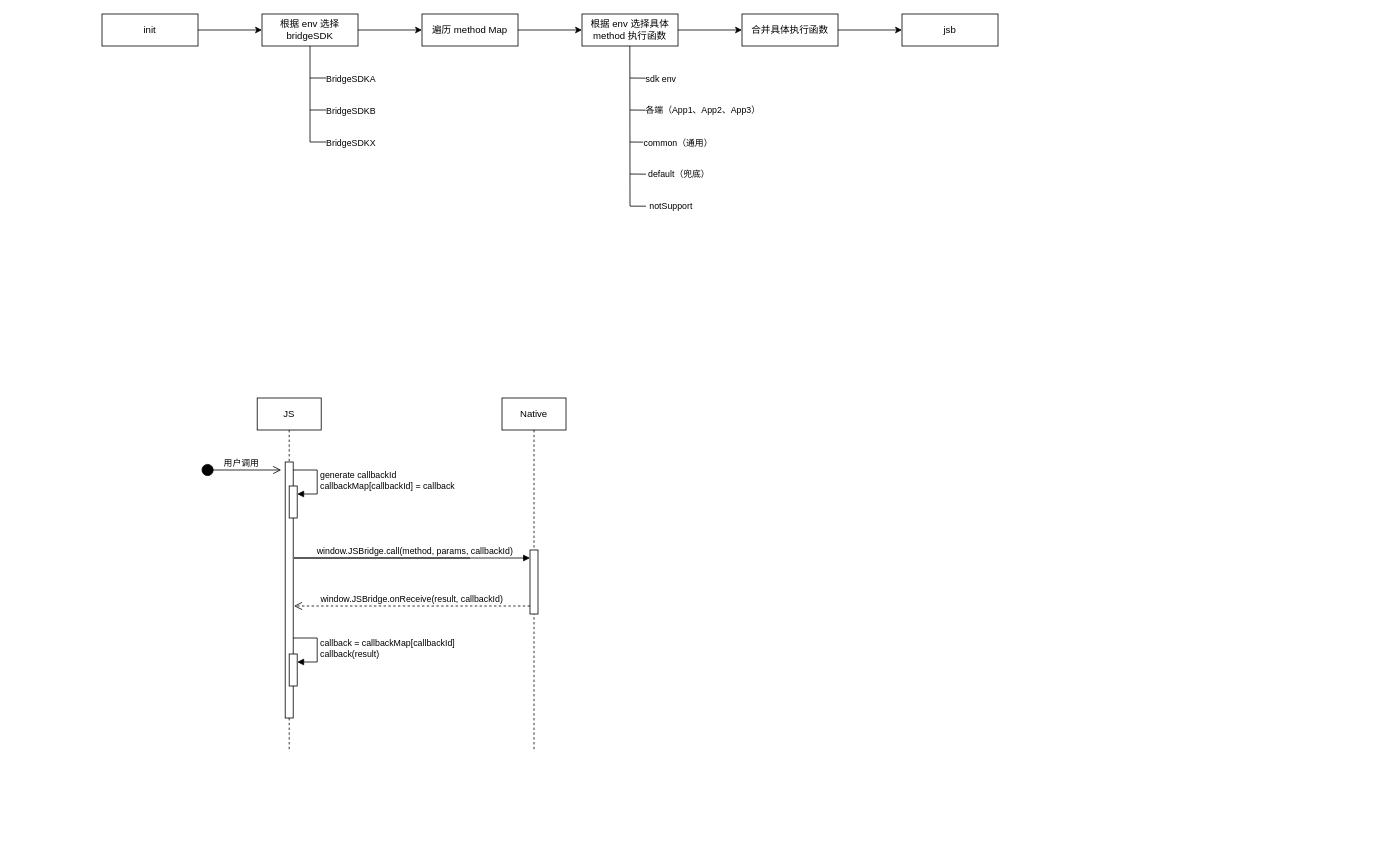
The draw.io diagram JSBridge.drawio in W4yneChen/draw, before the edit. Source tidied: cells renumbered, new cells numbered last; positions are measured from the earlier drawing's top-left corner, leaving out a move shared by most shapes. Both pictures are drawn from the tidied source at 80%, with x=0, y=0 at pixel (102, 14).
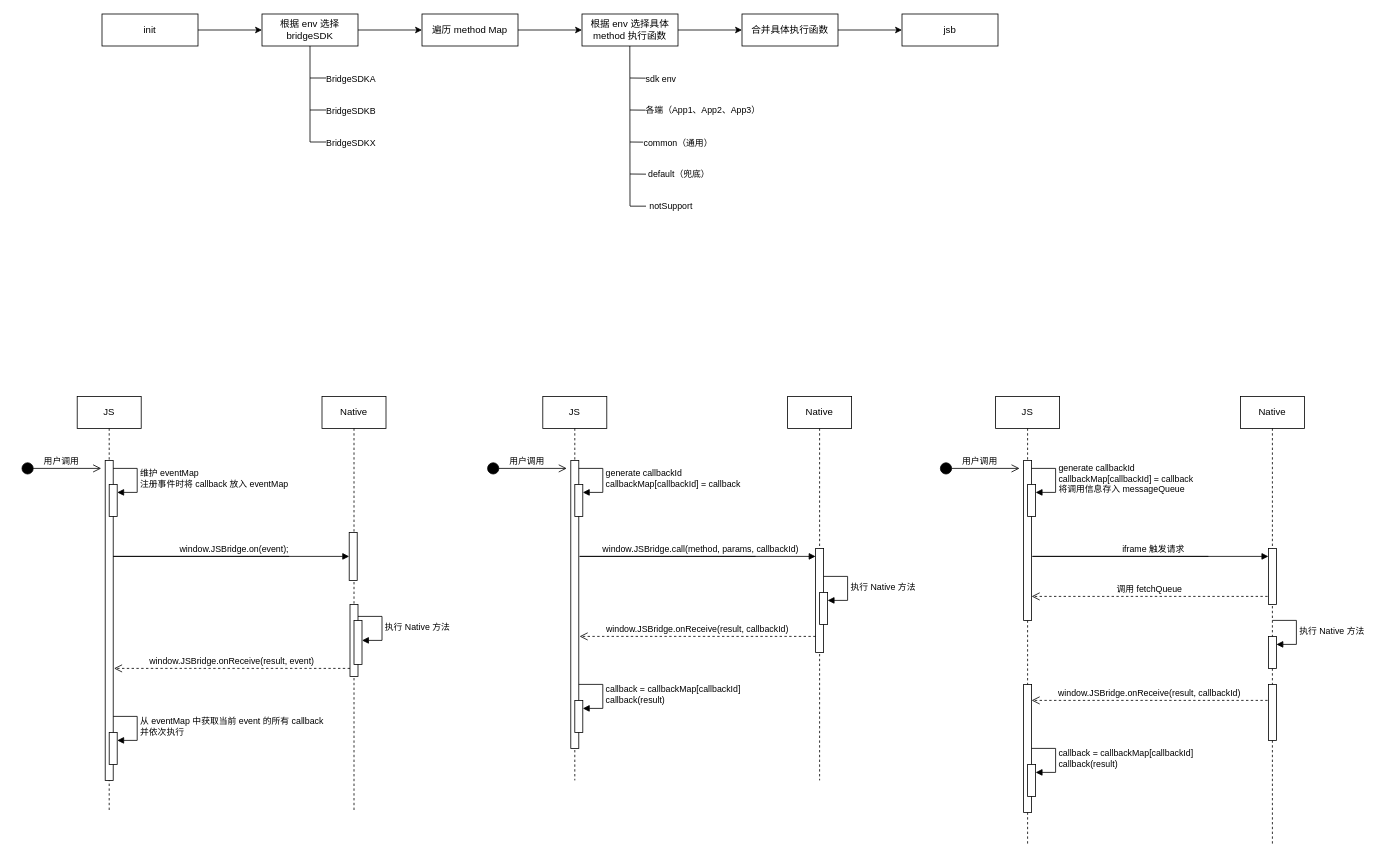
The same diagram, later.

Diff of the diagram source:
```diff
@@
     <mxCell id="31" value="JS" style="shape=umlLifeline;perimeter=lifelinePerimeter;whiteSpace=wrap;html=1;newEdgeStyle={&quot;edgeStyle&quot;:&quot;elbowEdgeStyle&quot;,&quot;elbow&quot;:&quot;vertical&quot;,&quot;curved&quot;:0,&quot;rounded&quot;:0};" parent="1" vertex="1">
-      <mxGeometry x="194" y="480" width="80" height="440" as="geometry" />
+      <mxGeometry x="551" y="478" width="80" height="480" as="geometry" />
     </mxCell>
     <mxCell id="32" style="html=1;perimeter=orthogonalPerimeter;targetShapes=umlLifeline;newEdgeStyle={&quot;edgeStyle&quot;:&quot;elbowEdgeStyle&quot;,&quot;elbow&quot;:&quot;vertical&quot;,&quot;curved&quot;:0,&quot;rounded&quot;:0};" parent="31" vertex="1">
-      <mxGeometry x="35" y="80" width="10" height="320" as="geometry" />
+      <mxGeometry x="35" y="80" width="10" height="360" as="geometry" />
     </mxCell>
@@
     <mxCell id="35" style="html=1;points=[];perimeter=orthogonalPerimeter;outlineConnect=0;targetShapes=umlLifeline;portConstraint=eastwest;newEdgeStyle={&quot;edgeStyle&quot;:&quot;elbowEdgeStyle&quot;,&quot;elbow&quot;:&quot;vertical&quot;,&quot;curved&quot;:0,&quot;rounded&quot;:0};" parent="31" vertex="1">
-      <mxGeometry x="40" y="320" width="10" height="40" as="geometry" />
+      <mxGeometry x="40" y="380" width="10" height="40" as="geometry" />
     </mxCell>
     <mxCell id="36" value="callback = callbackMap[callbackId]&lt;br&gt;callback(result)" style="html=1;align=left;spacingLeft=2;endArrow=block;rounded=0;edgeStyle=orthogonalEdgeStyle;curved=0;rounded=0;" parent="31" edge="1" target="35">
       <mxGeometry relative="1" as="geometry">
-        <mxPoint x="45" y="300" as="sourcePoint" />
+        <mxPoint x="45" y="360" as="sourcePoint" />
         <Array as="points">
-          <mxPoint x="75" y="330" />
+          <mxPoint x="75" y="360" />
+          <mxPoint x="75" y="390" />
         </Array>
       </mxGeometry>
     </mxCell>
     <mxCell id="37" value="Native" style="shape=umlLifeline;perimeter=lifelinePerimeter;whiteSpace=wrap;html=1;newEdgeStyle={&quot;edgeStyle&quot;:&quot;elbowEdgeStyle&quot;,&quot;elbow&quot;:&quot;vertical&quot;,&quot;curved&quot;:0,&quot;rounded&quot;:0};" parent="1" vertex="1">
-      <mxGeometry x="500" y="480" width="80" height="440" as="geometry" />
+      <mxGeometry x="857" y="478" width="80" height="480" as="geometry" />
     </mxCell>
     <mxCell id="38" style="html=1;perimeter=orthogonalPerimeter;targetShapes=umlLifeline;newEdgeStyle={&quot;edgeStyle&quot;:&quot;elbowEdgeStyle&quot;,&quot;elbow&quot;:&quot;vertical&quot;,&quot;curved&quot;:0,&quot;rounded&quot;:0};" parent="37" vertex="1">
-      <mxGeometry x="35" y="190" width="10" height="80" as="geometry" />
+      <mxGeometry x="35" y="190" width="10" height="130" as="geometry" />
     </mxCell>
+    <mxCell id="42" style="html=1;points=[];perimeter=orthogonalPerimeter;outlineConnect=0;targetShapes=umlLifeline;portConstraint=eastwest;newEdgeStyle={&quot;edgeStyle&quot;:&quot;elbowEdgeStyle&quot;,&quot;elbow&quot;:&quot;vertical&quot;,&quot;curved&quot;:0,&quot;rounded&quot;:0};" parent="37" vertex="1">
+      <mxGeometry x="40" y="245" width="10" height="40" as="geometry" />
+    </mxCell>
+    <mxCell id="43" value="执行 Native 方法" style="html=1;align=left;spacingLeft=2;endArrow=block;rounded=0;edgeStyle=orthogonalEdgeStyle;curved=0;rounded=0;" parent="37" edge="1" target="42">
+      <mxGeometry relative="1" as="geometry">
+        <mxPoint x="45" y="225" as="sourcePoint" />
+        <Array as="points">
+          <mxPoint x="75" y="255" />
+        </Array>
+      </mxGeometry>
+    </mxCell>
     <mxCell id="39" value="用户调用" style="html=1;verticalAlign=bottom;startArrow=circle;startFill=1;endArrow=open;startSize=6;endSize=8;edgeStyle=elbowEdgeStyle;elbow=vertical;curved=0;rounded=0;" parent="1" edge="1">
       <mxGeometry relative="1" as="geometry">
-        <mxPoint x="124" y="570" as="sourcePoint" />
-        <mxPoint x="224" y="570.2" as="targetPoint" />
+        <mxPoint x="481" y="568" as="sourcePoint" />
+        <mxPoint x="581" y="568.2" as="targetPoint" />
         <Array as="points">
-          <mxPoint x="104" y="570" />
+          <mxPoint x="461" y="568" />
         </Array>
       </mxGeometry>
     </mxCell>
     <mxCell id="40" value="&lt;div&gt;&lt;div class=&quot;old-record-id-Atigdmb5oogznvxZklyccYrrn9i&quot; style=&quot;&quot;&gt;window.JSBridge.onReceive(result, callbackId)&lt;/div&gt;&lt;/div&gt;" style="html=1;verticalAlign=bottom;endArrow=open;dashed=1;endSize=8;edgeStyle=elbowEdgeStyle;elbow=vertical;curved=0;rounded=0;" parent="1" edge="1">
       <mxGeometry relative="1" as="geometry">
-        <mxPoint x="535" y="740" as="sourcePoint" />
-        <mxPoint x="240" y="740" as="targetPoint" />
+        <mxPoint x="892" y="778" as="sourcePoint" />
+        <mxPoint x="597" y="778" as="targetPoint" />
         <Array as="points">
-          <mxPoint x="440" y="740" />
+          <mxPoint x="797" y="778" />
         </Array>
       </mxGeometry>
     </mxCell>
     <mxCell id="41" value="&lt;div&gt;&lt;div class=&quot;old-record-id-Atigdmb5oogznvxZklyccYrrn9i&quot; style=&quot;&quot;&gt;window.JSBridge.call(method, params, callbackId)&lt;/div&gt;&lt;/div&gt;" style="html=1;verticalAlign=bottom;endArrow=block;edgeStyle=elbowEdgeStyle;elbow=vertical;curved=0;rounded=0;" parent="1" edge="1">
       <mxGeometry x="0.44" relative="1" as="geometry">
-        <mxPoint x="460" y="680" as="sourcePoint" />
-        <mxPoint x="535" y="680" as="targetPoint" />
+        <mxPoint x="817" y="678" as="sourcePoint" />
+        <mxPoint x="892" y="678" as="targetPoint" />
         <Array as="points">
-          <mxPoint x="240" y="680" />
+          <mxPoint x="597" y="678" />
         </Array>
       </mxGeometry>
     </mxCell>
+    <mxCell id="44" value="JS" style="shape=umlLifeline;perimeter=lifelinePerimeter;whiteSpace=wrap;html=1;newEdgeStyle={&quot;edgeStyle&quot;:&quot;elbowEdgeStyle&quot;,&quot;elbow&quot;:&quot;vertical&quot;,&quot;curved&quot;:0,&quot;rounded&quot;:0};" parent="1" vertex="1">
+      <mxGeometry x="1117" y="478" width="80" height="560" as="geometry" />
+    </mxCell>
+    <mxCell id="45" style="html=1;perimeter=orthogonalPerimeter;targetShapes=umlLifeline;newEdgeStyle={&quot;edgeStyle&quot;:&quot;elbowEdgeStyle&quot;,&quot;elbow&quot;:&quot;vertical&quot;,&quot;curved&quot;:0,&quot;rounded&quot;:0};" parent="44" vertex="1">
+      <mxGeometry x="35" y="80" width="10" height="200" as="geometry" />
+    </mxCell>
+    <mxCell id="46" style="html=1;points=[];perimeter=orthogonalPerimeter;outlineConnect=0;targetShapes=umlLifeline;portConstraint=eastwest;newEdgeStyle={&quot;edgeStyle&quot;:&quot;elbowEdgeStyle&quot;,&quot;elbow&quot;:&quot;vertical&quot;,&quot;curved&quot;:0,&quot;rounded&quot;:0};" parent="44" vertex="1">
+      <mxGeometry x="40" y="110" width="10" height="40" as="geometry" />
+    </mxCell>
+    <mxCell id="47" value="generate callbackId&lt;br&gt;callbackMap[callbackId] = callback&lt;br&gt;将调用信息存入 messageQueue" style="html=1;align=left;spacingLeft=2;endArrow=block;rounded=0;edgeStyle=orthogonalEdgeStyle;curved=0;rounded=0;" parent="44" edge="1" target="46">
+      <mxGeometry relative="1" as="geometry">
+        <mxPoint x="45" y="90" as="sourcePoint" />
+        <Array as="points">
+          <mxPoint x="75" y="120" />
+        </Array>
+      </mxGeometry>
+    </mxCell>
+    <mxCell id="48" style="html=1;perimeter=orthogonalPerimeter;targetShapes=umlLifeline;newEdgeStyle={&quot;edgeStyle&quot;:&quot;elbowEdgeStyle&quot;,&quot;elbow&quot;:&quot;vertical&quot;,&quot;curved&quot;:0,&quot;rounded&quot;:0};" parent="44" vertex="1">
+      <mxGeometry x="35" y="360" width="10" height="160" as="geometry" />
+    </mxCell>
+    <mxCell id="49" style="html=1;points=[];perimeter=orthogonalPerimeter;outlineConnect=0;targetShapes=umlLifeline;portConstraint=eastwest;newEdgeStyle={&quot;edgeStyle&quot;:&quot;elbowEdgeStyle&quot;,&quot;elbow&quot;:&quot;vertical&quot;,&quot;curved&quot;:0,&quot;rounded&quot;:0};" parent="44" vertex="1">
+      <mxGeometry x="40" y="460" width="10" height="40" as="geometry" />
+    </mxCell>
+    <mxCell id="50" value="callback = callbackMap[callbackId]&lt;br&gt;callback(result)" style="html=1;align=left;spacingLeft=2;endArrow=block;rounded=0;edgeStyle=orthogonalEdgeStyle;curved=0;rounded=0;" parent="44" edge="1" target="49">
+      <mxGeometry relative="1" as="geometry">
+        <mxPoint x="45" y="440" as="sourcePoint" />
+        <Array as="points">
+          <mxPoint x="75" y="470" />
+        </Array>
+      </mxGeometry>
+    </mxCell>
+    <mxCell id="51" value="Native" style="shape=umlLifeline;perimeter=lifelinePerimeter;whiteSpace=wrap;html=1;newEdgeStyle={&quot;edgeStyle&quot;:&quot;elbowEdgeStyle&quot;,&quot;elbow&quot;:&quot;vertical&quot;,&quot;curved&quot;:0,&quot;rounded&quot;:0};" parent="1" vertex="1">
+      <mxGeometry x="1423" y="478" width="80" height="560" as="geometry" />
+    </mxCell>
+    <mxCell id="52" style="html=1;perimeter=orthogonalPerimeter;targetShapes=umlLifeline;newEdgeStyle={&quot;edgeStyle&quot;:&quot;elbowEdgeStyle&quot;,&quot;elbow&quot;:&quot;vertical&quot;,&quot;curved&quot;:0,&quot;rounded&quot;:0};" parent="51" vertex="1">
+      <mxGeometry x="35" y="190" width="10" height="70" as="geometry" />
+    </mxCell>
+    <mxCell id="53" style="html=1;points=[];perimeter=orthogonalPerimeter;outlineConnect=0;targetShapes=umlLifeline;portConstraint=eastwest;newEdgeStyle={&quot;edgeStyle&quot;:&quot;elbowEdgeStyle&quot;,&quot;elbow&quot;:&quot;vertical&quot;,&quot;curved&quot;:0,&quot;rounded&quot;:0};" parent="51" vertex="1">
+      <mxGeometry x="35" y="300" width="10" height="40" as="geometry" />
+    </mxCell>
+    <mxCell id="54" value="执行 Native 方法" style="html=1;align=left;spacingLeft=2;endArrow=block;rounded=0;edgeStyle=orthogonalEdgeStyle;curved=0;rounded=0;" parent="51" edge="1" target="53">
+      <mxGeometry relative="1" as="geometry">
+        <mxPoint x="40" y="280" as="sourcePoint" />
+        <Array as="points">
+          <mxPoint x="70" y="310" />
+        </Array>
+      </mxGeometry>
+    </mxCell>
+    <mxCell id="55" style="html=1;perimeter=orthogonalPerimeter;targetShapes=umlLifeline;newEdgeStyle={&quot;edgeStyle&quot;:&quot;elbowEdgeStyle&quot;,&quot;elbow&quot;:&quot;vertical&quot;,&quot;curved&quot;:0,&quot;rounded&quot;:0};" parent="51" vertex="1">
+      <mxGeometry x="35" y="360" width="10" height="70" as="geometry" />
+    </mxCell>
+    <mxCell id="56" value="用户调用" style="html=1;verticalAlign=bottom;startArrow=circle;startFill=1;endArrow=open;startSize=6;endSize=8;edgeStyle=elbowEdgeStyle;elbow=vertical;curved=0;rounded=0;" parent="1" edge="1">
+      <mxGeometry relative="1" as="geometry">
+        <mxPoint x="1047" y="568" as="sourcePoint" />
+        <mxPoint x="1147" y="568.2" as="targetPoint" />
+        <Array as="points">
+          <mxPoint x="1027" y="568" />
+        </Array>
+      </mxGeometry>
+    </mxCell>
+    <mxCell id="57" value="&lt;div&gt;&lt;div class=&quot;old-record-id-Atigdmb5oogznvxZklyccYrrn9i&quot; style=&quot;&quot;&gt;调用&amp;nbsp;fetchQueue&lt;/div&gt;&lt;span class=&quot;lark-record-clipboard&quot; data-lark-record-data=&quot;{&amp;quot;rootId&amp;quot;:&amp;quot;O3Zrd4JiQovSLaxuxKEcCTOUnIb&amp;quot;,&amp;quot;text&amp;quot;:{&amp;quot;initialAttributedTexts&amp;quot;:{&amp;quot;text&amp;quot;:{&amp;quot;0&amp;quot;:&amp;quot;fetchQueue&amp;quot;},&amp;quot;attribs&amp;quot;:{&amp;quot;0&amp;quot;:&amp;quot;*0+a&amp;quot;}},&amp;quot;apool&amp;quot;:{&amp;quot;numToAttrib&amp;quot;:{&amp;quot;0&amp;quot;:[&amp;quot;author&amp;quot;,&amp;quot;6708523862423781646&amp;quot;]},&amp;quot;nextNum&amp;quot;:1}},&amp;quot;type&amp;quot;:&amp;quot;text&amp;quot;,&amp;quot;referenceRecordMap&amp;quot;:{},&amp;quot;extra&amp;quot;:{&amp;quot;mention_page_title&amp;quot;:{},&amp;quot;external_mention_url&amp;quot;:{}},&amp;quot;isKeepQuoteContainer&amp;quot;:false,&amp;quot;isFromCode&amp;quot;:true,&amp;quot;selection&amp;quot;:[{&amp;quot;id&amp;quot;:65,&amp;quot;type&amp;quot;:&amp;quot;text&amp;quot;,&amp;quot;selection&amp;quot;:{&amp;quot;start&amp;quot;:390,&amp;quot;end&amp;quot;:400},&amp;quot;recordId&amp;quot;:&amp;quot;IgW2deUTWof7LrxbqKKcaYUInVc&amp;quot;}],&amp;quot;payloadMap&amp;quot;:{},&amp;quot;isCut&amp;quot;:false}&quot;&gt;&lt;/span&gt;&lt;/div&gt;" style="html=1;verticalAlign=bottom;endArrow=open;dashed=1;endSize=8;edgeStyle=elbowEdgeStyle;elbow=vertical;curved=0;rounded=0;" parent="1" edge="1">
+      <mxGeometry relative="1" as="geometry">
+        <mxPoint x="1457" y="728" as="sourcePoint" />
+        <mxPoint x="1162" y="728" as="targetPoint" />
+        <Array as="points">
+          <mxPoint x="1362" y="728" />
+        </Array>
+      </mxGeometry>
+    </mxCell>
+    <mxCell id="58" value="&lt;div&gt;&lt;div class=&quot;old-record-id-Atigdmb5oogznvxZklyccYrrn9i&quot; style=&quot;&quot;&gt;iframe 触发请求&lt;/div&gt;&lt;/div&gt;" style="html=1;verticalAlign=bottom;endArrow=block;edgeStyle=elbowEdgeStyle;elbow=vertical;curved=0;rounded=0;" parent="1" edge="1">
+      <mxGeometry x="0.44" relative="1" as="geometry">
+        <mxPoint x="1383" y="678" as="sourcePoint" />
+        <mxPoint x="1458" y="678" as="targetPoint" />
+        <Array as="points">
+          <mxPoint x="1163" y="678" />
+        </Array>
+      </mxGeometry>
+    </mxCell>
+    <mxCell id="59" value="&lt;div&gt;&lt;div class=&quot;old-record-id-Atigdmb5oogznvxZklyccYrrn9i&quot; style=&quot;&quot;&gt;window.JSBridge.onReceive(result, callbackId)&lt;/div&gt;&lt;/div&gt;" style="html=1;verticalAlign=bottom;endArrow=open;dashed=1;endSize=8;edgeStyle=elbowEdgeStyle;elbow=vertical;curved=0;rounded=0;" parent="1" edge="1">
+      <mxGeometry relative="1" as="geometry">
+        <mxPoint x="1457" y="858" as="sourcePoint" />
+        <mxPoint x="1162" y="858" as="targetPoint" />
+        <Array as="points">
+          <mxPoint x="1362" y="858" />
+        </Array>
+      </mxGeometry>
+    </mxCell>
+    <mxCell id="60" value="JS" style="shape=umlLifeline;perimeter=lifelinePerimeter;whiteSpace=wrap;html=1;newEdgeStyle={&quot;edgeStyle&quot;:&quot;elbowEdgeStyle&quot;,&quot;elbow&quot;:&quot;vertical&quot;,&quot;curved&quot;:0,&quot;rounded&quot;:0};" parent="1" vertex="1">
+      <mxGeometry x="-31" y="478" width="80" height="520" as="geometry" />
+    </mxCell>
+    <mxCell id="61" style="html=1;perimeter=orthogonalPerimeter;targetShapes=umlLifeline;newEdgeStyle={&quot;edgeStyle&quot;:&quot;elbowEdgeStyle&quot;,&quot;elbow&quot;:&quot;vertical&quot;,&quot;curved&quot;:0,&quot;rounded&quot;:0};" parent="60" vertex="1">
+      <mxGeometry x="35" y="80" width="10" height="400" as="geometry" />
+    </mxCell>
+    <mxCell id="62" style="html=1;points=[];perimeter=orthogonalPerimeter;outlineConnect=0;targetShapes=umlLifeline;portConstraint=eastwest;newEdgeStyle={&quot;edgeStyle&quot;:&quot;elbowEdgeStyle&quot;,&quot;elbow&quot;:&quot;vertical&quot;,&quot;curved&quot;:0,&quot;rounded&quot;:0};" parent="60" vertex="1">
+      <mxGeometry x="40" y="110" width="10" height="40" as="geometry" />
+    </mxCell>
+    <mxCell id="63" value="维护 eventMap&lt;br&gt;注册事件时将 callback 放入 eventMap" style="html=1;align=left;spacingLeft=2;endArrow=block;rounded=0;edgeStyle=orthogonalEdgeStyle;curved=0;rounded=0;" parent="60" edge="1" target="62">
+      <mxGeometry relative="1" as="geometry">
+        <mxPoint x="45" y="90" as="sourcePoint" />
+        <Array as="points">
+          <mxPoint x="75" y="120" />
+        </Array>
+      </mxGeometry>
+    </mxCell>
+    <mxCell id="64" style="html=1;points=[];perimeter=orthogonalPerimeter;outlineConnect=0;targetShapes=umlLifeline;portConstraint=eastwest;newEdgeStyle={&quot;edgeStyle&quot;:&quot;elbowEdgeStyle&quot;,&quot;elbow&quot;:&quot;vertical&quot;,&quot;curved&quot;:0,&quot;rounded&quot;:0};" parent="60" vertex="1">
+      <mxGeometry x="40" y="420" width="10" height="40" as="geometry" />
+    </mxCell>
+    <mxCell id="65" value="&lt;div&gt;&lt;div class=&quot;old-record-id-DFlNdaCX6oZxnPxWwqsc5tY0n9d&quot; style=&quot;&quot;&gt;从 eventMap 中获取当前 event 的所有 callback&lt;/div&gt;&lt;div class=&quot;old-record-id-DFlNdaCX6oZxnPxWwqsc5tY0n9d&quot; style=&quot;&quot;&gt;并依次执行&lt;/div&gt;&lt;/div&gt;" style="html=1;align=left;spacingLeft=2;endArrow=block;rounded=0;edgeStyle=orthogonalEdgeStyle;curved=0;rounded=0;" parent="60" edge="1" target="64">
+      <mxGeometry relative="1" as="geometry">
+        <mxPoint x="45" y="400" as="sourcePoint" />
+        <Array as="points">
+          <mxPoint x="75" y="400" />
+          <mxPoint x="75" y="430" />
+        </Array>
+      </mxGeometry>
+    </mxCell>
+    <mxCell id="66" value="Native" style="shape=umlLifeline;perimeter=lifelinePerimeter;whiteSpace=wrap;html=1;newEdgeStyle={&quot;edgeStyle&quot;:&quot;elbowEdgeStyle&quot;,&quot;elbow&quot;:&quot;vertical&quot;,&quot;curved&quot;:0,&quot;rounded&quot;:0};" parent="1" vertex="1">
+      <mxGeometry x="275" y="478" width="80" height="520" as="geometry" />
+    </mxCell>
+    <mxCell id="67" style="html=1;perimeter=orthogonalPerimeter;targetShapes=umlLifeline;newEdgeStyle={&quot;edgeStyle&quot;:&quot;elbowEdgeStyle&quot;,&quot;elbow&quot;:&quot;vertical&quot;,&quot;curved&quot;:0,&quot;rounded&quot;:0};" parent="66" vertex="1">
+      <mxGeometry x="34" y="170" width="10" height="60" as="geometry" />
+    </mxCell>
+    <mxCell id="68" style="html=1;perimeter=orthogonalPerimeter;targetShapes=umlLifeline;newEdgeStyle={&quot;edgeStyle&quot;:&quot;elbowEdgeStyle&quot;,&quot;elbow&quot;:&quot;vertical&quot;,&quot;curved&quot;:0,&quot;rounded&quot;:0};" parent="66" vertex="1">
+      <mxGeometry x="35" y="260" width="10" height="90" as="geometry" />
+    </mxCell>
+    <mxCell id="69" style="html=1;points=[];perimeter=orthogonalPerimeter;outlineConnect=0;targetShapes=umlLifeline;portConstraint=eastwest;newEdgeStyle={&quot;edgeStyle&quot;:&quot;elbowEdgeStyle&quot;,&quot;elbow&quot;:&quot;vertical&quot;,&quot;curved&quot;:0,&quot;rounded&quot;:0};" parent="66" vertex="1">
+      <mxGeometry x="40" y="280" width="10" height="55" as="geometry" />
+    </mxCell>
+    <mxCell id="70" value="执行 Native 方法" style="html=1;align=left;spacingLeft=2;endArrow=block;rounded=0;edgeStyle=orthogonalEdgeStyle;curved=0;rounded=0;" parent="66" edge="1" target="69">
+      <mxGeometry relative="1" as="geometry">
+        <mxPoint x="45" y="275" as="sourcePoint" />
+        <Array as="points">
+          <mxPoint x="75" y="305" />
+        </Array>
+      </mxGeometry>
+    </mxCell>
+    <mxCell id="71" value="用户调用" style="html=1;verticalAlign=bottom;startArrow=circle;startFill=1;endArrow=open;startSize=6;endSize=8;edgeStyle=elbowEdgeStyle;elbow=vertical;curved=0;rounded=0;" parent="1" edge="1">
+      <mxGeometry relative="1" as="geometry">
+        <mxPoint x="-101" y="568" as="sourcePoint" />
+        <mxPoint x="-1" y="568.2" as="targetPoint" />
+        <Array as="points">
+          <mxPoint x="-121" y="568" />
+        </Array>
+      </mxGeometry>
+    </mxCell>
+    <mxCell id="72" value="&lt;div&gt;&lt;div class=&quot;old-record-id-Atigdmb5oogznvxZklyccYrrn9i&quot; style=&quot;&quot;&gt;window.JSBridge.onReceive(result, event)&lt;/div&gt;&lt;/div&gt;" style="html=1;verticalAlign=bottom;endArrow=open;dashed=1;endSize=8;edgeStyle=elbowEdgeStyle;elbow=vertical;curved=0;rounded=0;" parent="1" edge="1">
+      <mxGeometry relative="1" as="geometry">
+        <mxPoint x="310" y="818" as="sourcePoint" />
+        <mxPoint x="15" y="818" as="targetPoint" />
+        <Array as="points">
+          <mxPoint x="215" y="818" />
+        </Array>
+      </mxGeometry>
+    </mxCell>
+    <mxCell id="73" value="&lt;div&gt;&lt;div class=&quot;old-record-id-Atigdmb5oogznvxZklyccYrrn9i&quot; style=&quot;&quot;&gt;&lt;div&gt;&lt;div class=&quot;old-record-id-DFlNdaCX6oZxnPxWwqsc5tY0n9d&quot; style=&quot;&quot;&gt;window.JSBridge.on(event);&lt;/div&gt;&lt;/div&gt;&lt;/div&gt;&lt;/div&gt;" style="html=1;verticalAlign=bottom;endArrow=block;edgeStyle=elbowEdgeStyle;elbow=vertical;curved=0;rounded=0;" parent="1" edge="1">
+      <mxGeometry x="0.44" relative="1" as="geometry">
+        <mxPoint x="234" y="678" as="sourcePoint" />
+        <mxPoint x="309" y="678" as="targetPoint" />
+        <Array as="points">
+          <mxPoint x="14" y="678" />
+        </Array>
+      </mxGeometry>
+    </mxCell>
```
